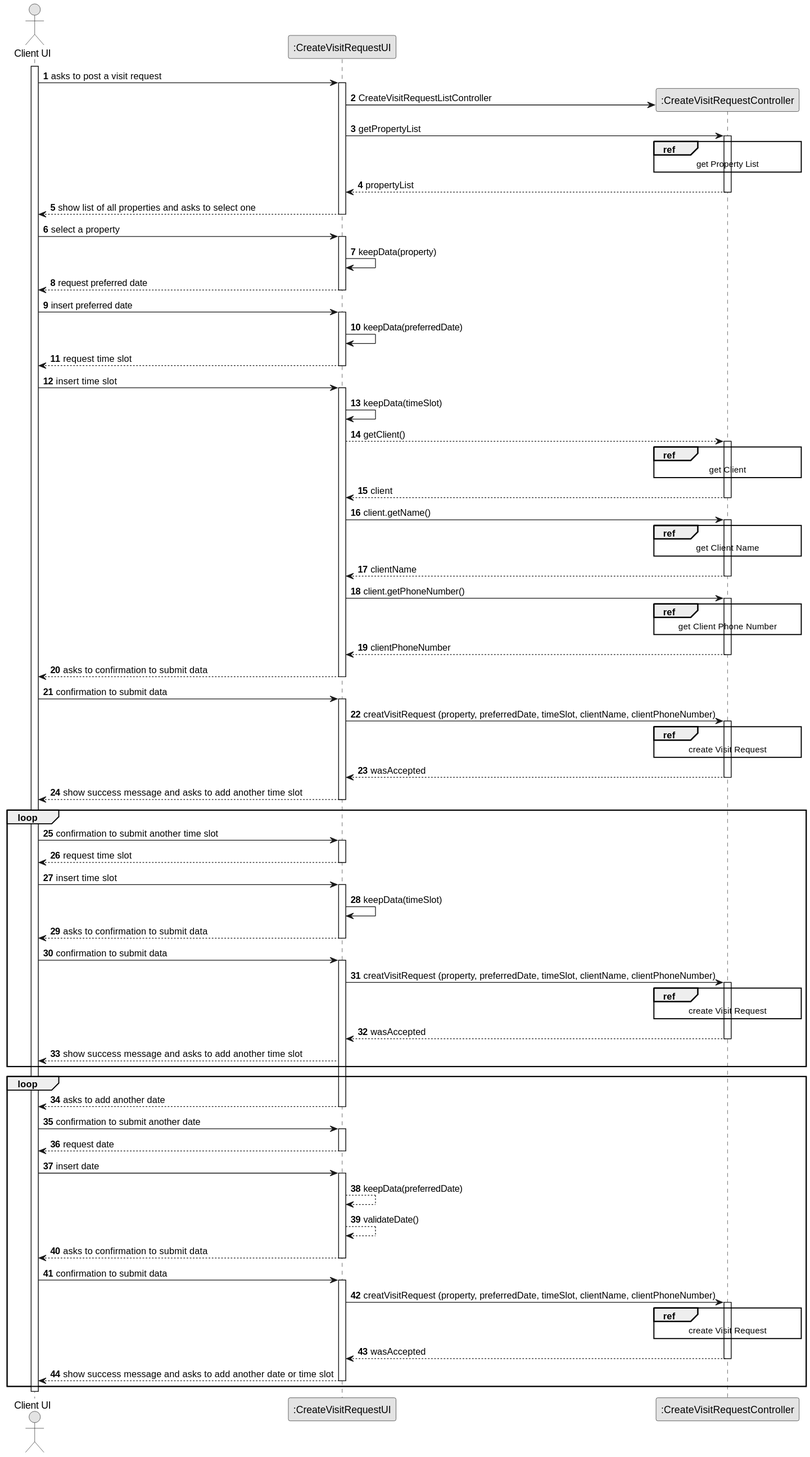
Before: docs/sprintD/us009/03.design/svg/us009-sequence-diagram-split.svg, a diagram exported from PlantUML (Shushizinho/RealEstateUSASystem).
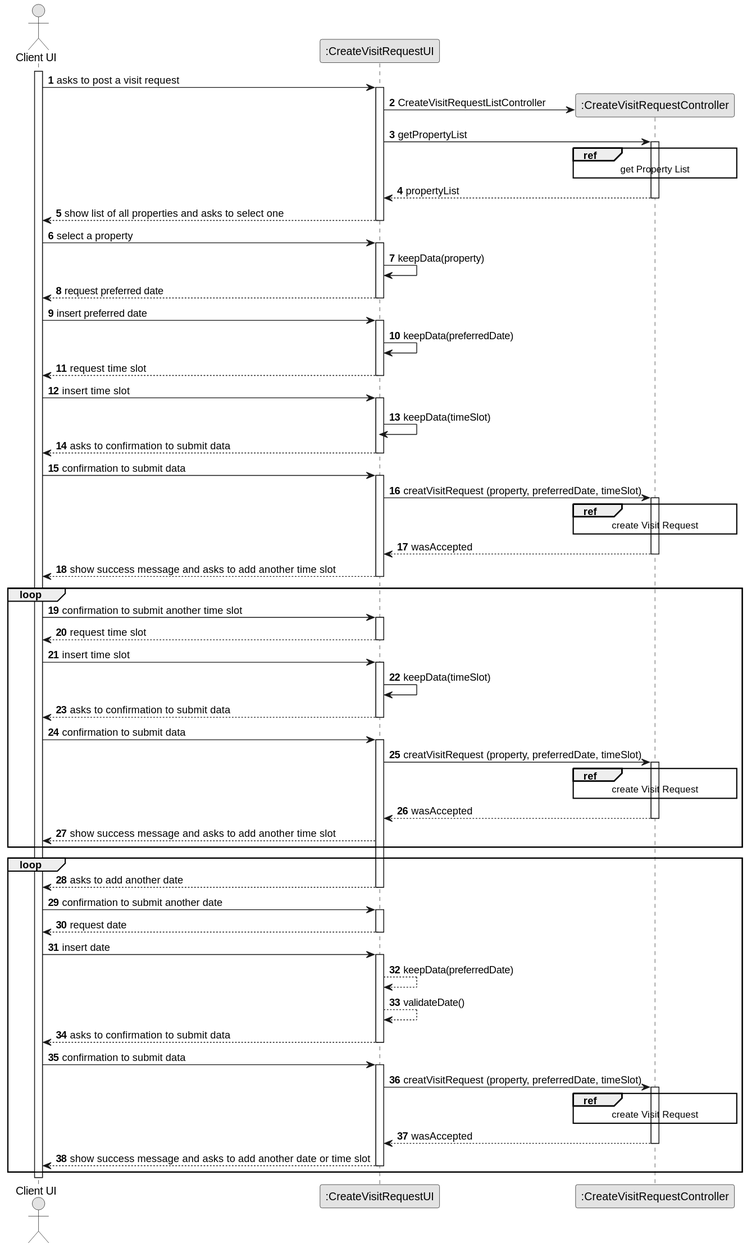
After the commit.

Commit message:
update US9 UI, Rep and SD (As a client, I want to leave a message to the agent to schedule a visit to a property of my interest)

The edit, as a diff of the source:
```diff
@@ -59,51 +59,10 @@
 
         UI -> UI : keepData(timeSlot)
 
-        UI --> CTRL : getClient()
-
-
-
-        activate CTRL
-
-
-           ref over CTRL
-            get Client
-            end ref
-
-            autonumber 15
-
-            CTRL --> UI : client
-
-            deactivate CTRL
 
 
 
 
-
-        UI -> CTRL : client.getName()
-        activate CTRL
-
-
-        ref over CTRL
-         get Client Name
-         end ref
-
-
-
-
-        CTRL --> UI : clientName
-        deactivate CTRL
-        UI -> CTRL : client.getPhoneNumber()
-        activate CTRL
-
-
-
-        ref over CTRL
-                     get Client Phone Number
-                     end ref
-
-        autonumber 19
-        CTRL --> UI : clientPhoneNumber
 
         deactivate CTRL
 
@@ -114,7 +73,7 @@
         CLN -> UI : confirmation to submit data
         activate UI
 
-        UI -> CTRL : creatVisitRequest (property, preferredDate, timeSlot, clientName, clientPhoneNumber)
+        UI -> CTRL : creatVisitRequest (property, preferredDate, timeSlot)
 
 
         activate CTRL
@@ -157,7 +116,7 @@
 
         activate UI
 
-            UI -> CTRL : creatVisitRequest (property, preferredDate, timeSlot, clientName, clientPhoneNumber)
+            UI -> CTRL : creatVisitRequest (property, preferredDate, timeSlot)
 
 
             activate CTRL
@@ -204,7 +163,7 @@
                     CLN -> UI : confirmation to submit data
 
                     activate UI
-                    UI -> CTRL : creatVisitRequest (property, preferredDate, timeSlot, clientName, clientPhoneNumber)
+                    UI -> CTRL : creatVisitRequest (property, preferredDate, timeSlot)
 
 
                             activate CTRL
```
